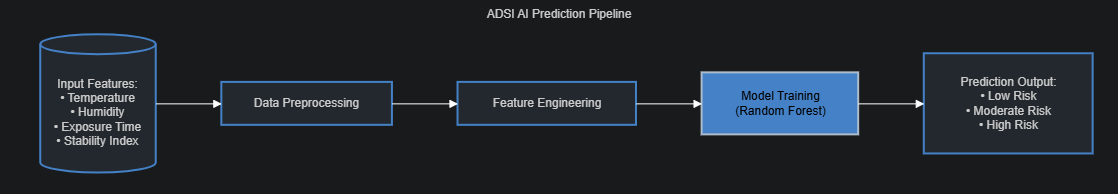
Earlier version of the draw.io export diagrams/ai_pipeline.drawio.png (HARDECOMM/AI-Drug-Stability-Intelligence-System-ADSI-). Source tidied: cells renumbered, new cells last; positions are measured from the earlier drawing's top-left corner, leaving out a move shared by most shapes. The source it was exported from:
```xml
<mxGraphModel>
  <root>
    <mxCell id="0" />
    <mxCell id="1" parent="0" />
    <mxCell id="2" value="ADSI AI Prediction Pipeline" style="whiteSpace=wrap;strokeWidth=2;verticalAlign=top;fillColor=#f4f7f9;strokeColor=none;fontColor=light-dark(#333333,#cccccc);" parent="1" vertex="1">
      <mxGeometry width="1118" height="194" as="geometry" />
    </mxCell>
    <mxCell id="3" value="Input Features:&#10;• Temperature&#10;• Humidity&#10;• Exposure Time&#10;• Stability Index" style="shape=cylinder3;boundedLbl=1;backgroundOutline=1;size=10;strokeWidth=2;whiteSpace=wrap;fillColor=#e1e8ed;strokeColor=#4a90e2;fontColor=light-dark(#333333,#cccccc);" parent="2" vertex="1">
      <mxGeometry x="40.2" y="34.2" width="115.5" height="138.3" as="geometry" />
    </mxCell>
    <mxCell id="4" value="Data Preprocessing" style="whiteSpace=wrap;strokeWidth=2;fillColor=#e1e8ed;strokeColor=#4a90e2;fontColor=light-dark(#333333,#cccccc);" parent="2" vertex="1">
      <mxGeometry x="221.3" y="81.9" width="170.6" height="42.9" as="geometry" />
    </mxCell>
    <mxCell id="5" value="Feature Engineering" style="whiteSpace=wrap;strokeWidth=2;fillColor=#e1e8ed;strokeColor=#4a90e2;fontColor=light-dark(#333333,#cccccc);" parent="2" vertex="1">
      <mxGeometry x="457.5" y="81.9" width="178.5" height="42.9" as="geometry" />
    </mxCell>
    <mxCell id="6" value="Model Training&#10;(Random Forest)" style="whiteSpace=wrap;strokeWidth=2;fillColor=#4a90e2;strokeColor=#2c3e50;fontColor=#fff;" parent="2" vertex="1">
      <mxGeometry x="701.6" y="72.4" width="156.6" height="62" as="geometry" />
    </mxCell>
    <mxCell id="7" value="Prediction Output:&#10;• Low Risk&#10;• Moderate Risk&#10;• High Risk" style="whiteSpace=wrap;strokeWidth=2;fillColor=#e1e8ed;strokeColor=#4a90e2;fontColor=light-dark(#333333,#cccccc);" parent="2" vertex="1">
      <mxGeometry x="923.8" y="53.3" width="168.8" height="100.2" as="geometry" />
    </mxCell>
    <mxCell id="8" style="curved=1;startArrow=none;endArrow=block;exitX=1;exitY=0.5;entryX=0;entryY=0.5;rounded=0;" parent="2" edge="1" source="3" target="4">
      <mxGeometry relative="1" as="geometry" />
    </mxCell>
    <mxCell id="9" style="curved=1;startArrow=none;endArrow=block;exitX=1;exitY=0.5;entryX=0;entryY=0.5;rounded=0;" parent="2" edge="1" source="4" target="5">
      <mxGeometry relative="1" as="geometry" />
    </mxCell>
    <mxCell id="10" style="curved=1;startArrow=none;endArrow=block;exitX=1;exitY=0.5;entryX=0;entryY=0.5;rounded=0;" parent="2" edge="1" source="5" target="6">
      <mxGeometry relative="1" as="geometry" />
    </mxCell>
    <mxCell id="11" style="curved=1;startArrow=none;endArrow=block;exitX=1;exitY=0.5;entryX=0;entryY=0.5;rounded=0;" parent="2" edge="1" source="6" target="7">
      <mxGeometry relative="1" as="geometry" />
    </mxCell>
  </root>
</mxGraphModel>
```
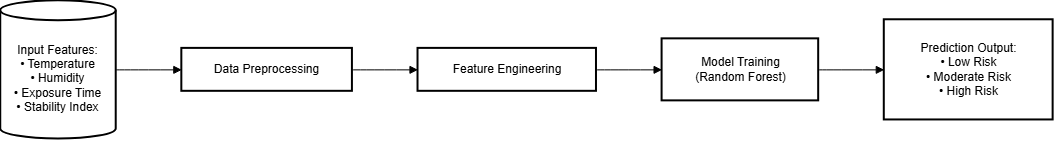
Above is the later version.

Change to the diagram source:
```diff
@@ -2,34 +2,31 @@
   <root>
     <mxCell id="0" />
     <mxCell id="1" parent="0" />
-    <mxCell id="2" value="ADSI AI Prediction Pipeline" style="whiteSpace=wrap;strokeWidth=2;verticalAlign=top;fillColor=#f4f7f9;strokeColor=none;fontColor=light-dark(#333333,#cccccc);" parent="1" vertex="1">
-      <mxGeometry width="1118" height="194" as="geometry" />
-    </mxCell>
-    <mxCell id="3" value="Input Features:&#10;• Temperature&#10;• Humidity&#10;• Exposure Time&#10;• Stability Index" style="shape=cylinder3;boundedLbl=1;backgroundOutline=1;size=10;strokeWidth=2;whiteSpace=wrap;fillColor=#e1e8ed;strokeColor=#4a90e2;fontColor=light-dark(#333333,#cccccc);" parent="2" vertex="1">
-      <mxGeometry x="40.2" y="34.2" width="115.5" height="138.3" as="geometry" />
+    <mxCell id="3" value="Input Features:&#10;• Temperature&#10;• Humidity&#10;• Exposure Time&#10;• Stability Index" style="shape=cylinder3;boundedLbl=1;backgroundOutline=1;size=10;strokeWidth=2;whiteSpace=wrap;labelBackgroundColor=none;" parent="1" vertex="1">
+      <mxGeometry x="190.2" y="4.2" width="115.5" height="138.3" as="geometry" />
     </mxCell>
-    <mxCell id="4" value="Data Preprocessing" style="whiteSpace=wrap;strokeWidth=2;fillColor=#e1e8ed;strokeColor=#4a90e2;fontColor=light-dark(#333333,#cccccc);" parent="2" vertex="1">
-      <mxGeometry x="221.3" y="81.9" width="170.6" height="42.9" as="geometry" />
+    <mxCell id="4" value="Data Preprocessing" style="whiteSpace=wrap;strokeWidth=2;labelBackgroundColor=none;" parent="1" vertex="1">
+      <mxGeometry x="371.3" y="51.9" width="170.6" height="42.9" as="geometry" />
     </mxCell>
-    <mxCell id="5" value="Feature Engineering" style="whiteSpace=wrap;strokeWidth=2;fillColor=#e1e8ed;strokeColor=#4a90e2;fontColor=light-dark(#333333,#cccccc);" parent="2" vertex="1">
-      <mxGeometry x="457.5" y="81.9" width="178.5" height="42.9" as="geometry" />
+    <mxCell id="5" value="Feature Engineering" style="whiteSpace=wrap;strokeWidth=2;labelBackgroundColor=none;" parent="1" vertex="1">
+      <mxGeometry x="607.5" y="51.9" width="178.5" height="42.9" as="geometry" />
     </mxCell>
-    <mxCell id="6" value="Model Training&#10;(Random Forest)" style="whiteSpace=wrap;strokeWidth=2;fillColor=#4a90e2;strokeColor=#2c3e50;fontColor=#fff;" parent="2" vertex="1">
-      <mxGeometry x="701.6" y="72.4" width="156.6" height="62" as="geometry" />
+    <mxCell id="6" value="Model Training&#10;(Random Forest)" style="whiteSpace=wrap;strokeWidth=2;labelBackgroundColor=none;" parent="1" vertex="1">
+      <mxGeometry x="851.6" y="42.4" width="156.6" height="62" as="geometry" />
     </mxCell>
-    <mxCell id="7" value="Prediction Output:&#10;• Low Risk&#10;• Moderate Risk&#10;• High Risk" style="whiteSpace=wrap;strokeWidth=2;fillColor=#e1e8ed;strokeColor=#4a90e2;fontColor=light-dark(#333333,#cccccc);" parent="2" vertex="1">
-      <mxGeometry x="923.8" y="53.3" width="168.8" height="100.2" as="geometry" />
+    <mxCell id="7" value="Prediction Output:&#10;• Low Risk&#10;• Moderate Risk&#10;• High Risk" style="whiteSpace=wrap;strokeWidth=2;labelBackgroundColor=none;" parent="1" vertex="1">
+      <mxGeometry x="1073.8" y="23.3" width="168.8" height="100.2" as="geometry" />
     </mxCell>
-    <mxCell id="8" style="curved=1;startArrow=none;endArrow=block;exitX=1;exitY=0.5;entryX=0;entryY=0.5;rounded=0;" parent="2" edge="1" source="3" target="4">
+    <mxCell id="8" style="curved=1;startArrow=none;endArrow=block;exitX=1;exitY=0.5;entryX=0;entryY=0.5;rounded=0;labelBackgroundColor=none;fontColor=default;" parent="1" edge="1" source="3" target="4">
       <mxGeometry relative="1" as="geometry" />
     </mxCell>
-    <mxCell id="9" style="curved=1;startArrow=none;endArrow=block;exitX=1;exitY=0.5;entryX=0;entryY=0.5;rounded=0;" parent="2" edge="1" source="4" target="5">
+    <mxCell id="9" style="curved=1;startArrow=none;endArrow=block;exitX=1;exitY=0.5;entryX=0;entryY=0.5;rounded=0;labelBackgroundColor=none;fontColor=default;" parent="1" edge="1" source="4" target="5">
       <mxGeometry relative="1" as="geometry" />
     </mxCell>
-    <mxCell id="10" style="curved=1;startArrow=none;endArrow=block;exitX=1;exitY=0.5;entryX=0;entryY=0.5;rounded=0;" parent="2" edge="1" source="5" target="6">
+    <mxCell id="10" style="curved=1;startArrow=none;endArrow=block;exitX=1;exitY=0.5;entryX=0;entryY=0.5;rounded=0;labelBackgroundColor=none;fontColor=default;" parent="1" edge="1" source="5" target="6">
       <mxGeometry relative="1" as="geometry" />
     </mxCell>
-    <mxCell id="11" style="curved=1;startArrow=none;endArrow=block;exitX=1;exitY=0.5;entryX=0;entryY=0.5;rounded=0;" parent="2" edge="1" source="6" target="7">
+    <mxCell id="11" style="curved=1;startArrow=none;endArrow=block;exitX=1;exitY=0.5;entryX=0;entryY=0.5;rounded=0;labelBackgroundColor=none;fontColor=default;" parent="1" edge="1" source="6" target="7">
       <mxGeometry relative="1" as="geometry" />
     </mxCell>
   </root>
```
